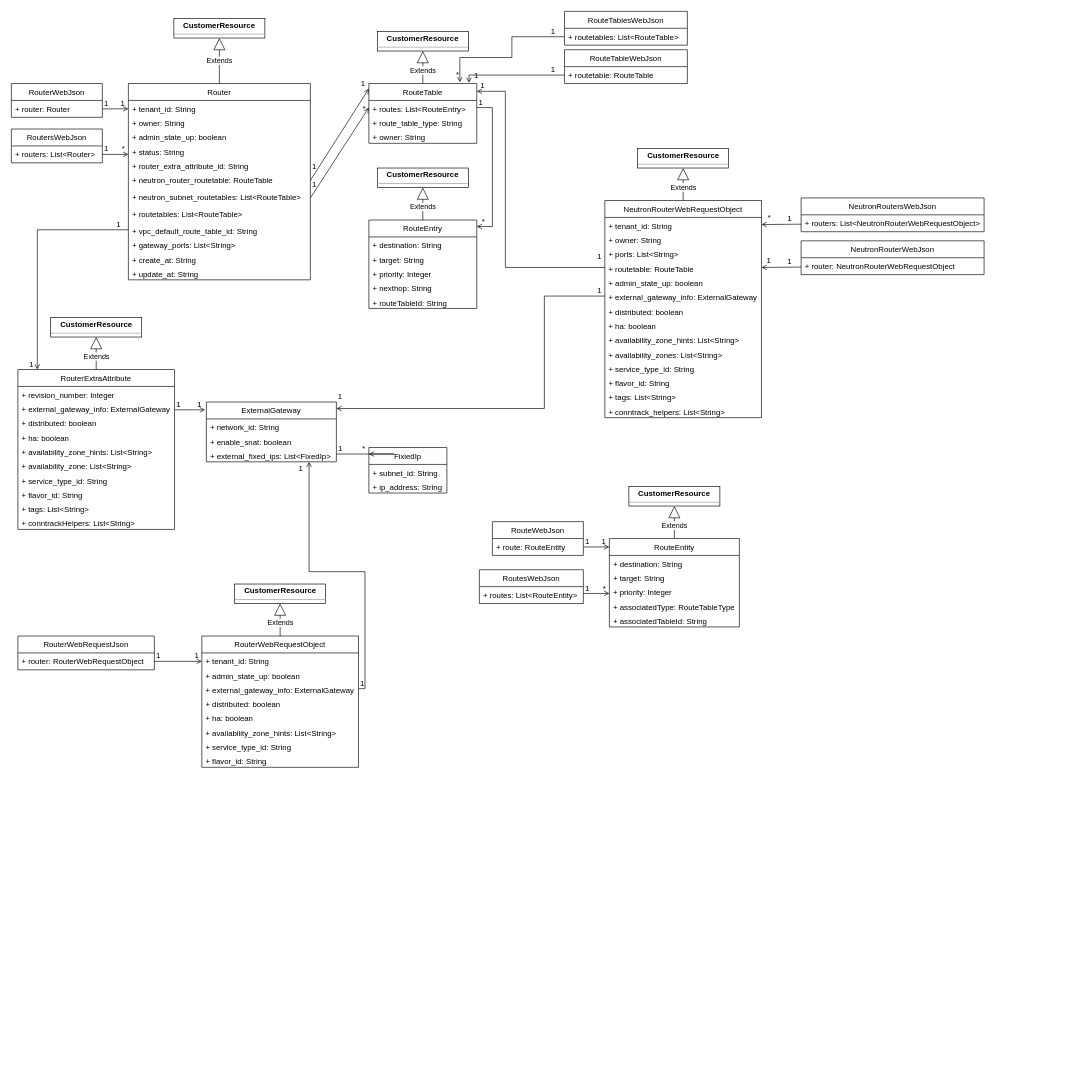
cj-chung/diagrams keeps this draw.io diagram as route.drawio. Above is the earlier version. Source tidied: cells renumbered, new cells numbered last; positions are measured from the earlier drawing's top-left corner, leaving out a move shared by most shapes. Both pictures are drawn from the tidied source at 65%, with x=0, y=0 at pixel (11, 11).
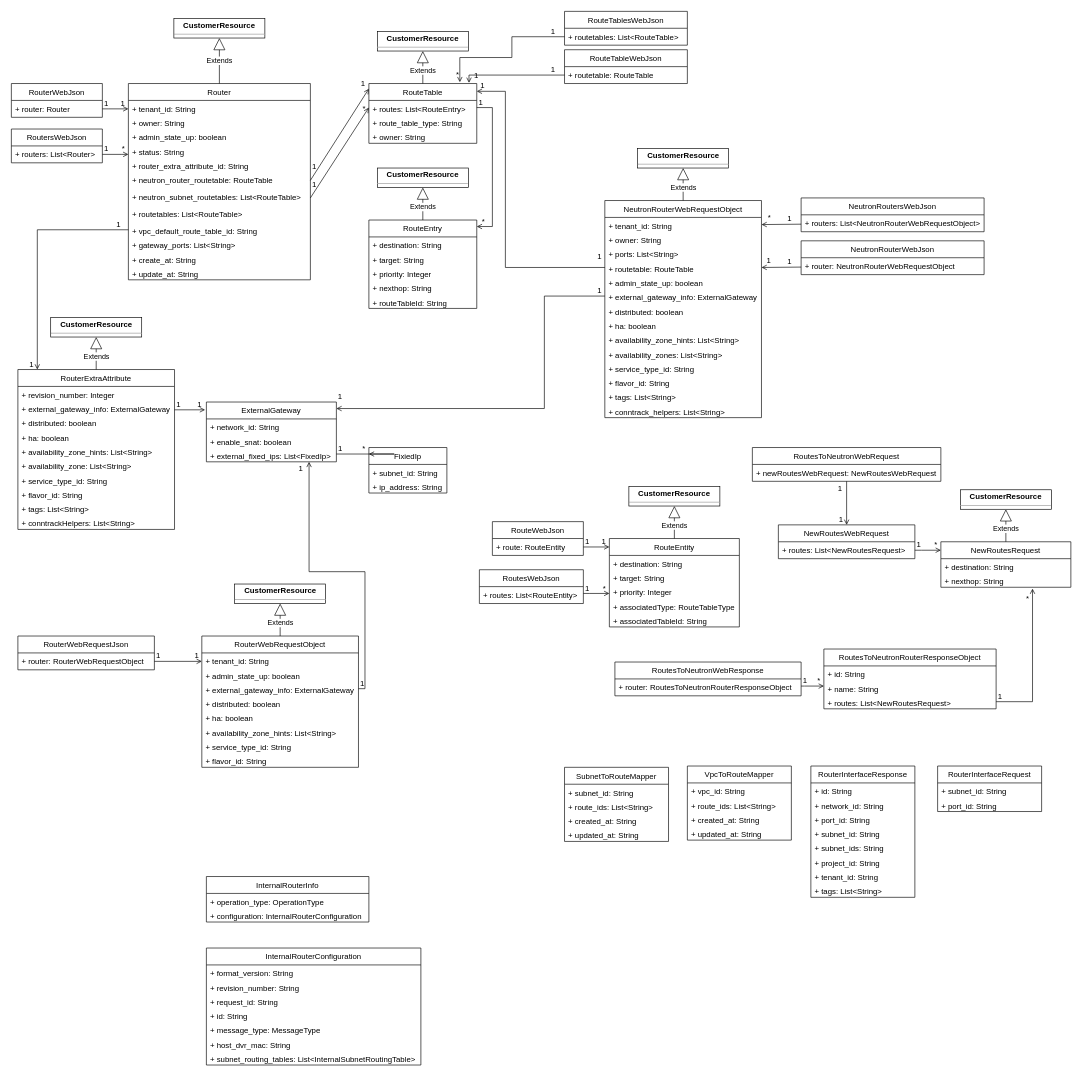
Above is the later version.

The edit, as a diff of the source:
```diff
@@
+    <mxCell id="159" value="NewRoutesRequest" style="swimlane;fontStyle=0;horizontal=1;startSize=26;fillColor=none;" parent="1" vertex="1">
+      <mxGeometry x="1430" y="816" width="200" height="70" as="geometry" />
+    </mxCell>
+    <mxCell id="160" value="+ destination: String&#10;" style="text;strokeColor=none;fillColor=none;align=left;verticalAlign=top;spacingLeft=4;spacingRight=4;overflow=hidden;" parent="159" vertex="1">
+      <mxGeometry y="26" width="200" height="22" as="geometry" />
+    </mxCell>
+    <mxCell id="161" value="+ nexthop: String&#10;" style="text;strokeColor=none;fillColor=none;align=left;verticalAlign=top;spacingLeft=4;spacingRight=4;overflow=hidden;points=[[0,0.5],[1,0.5]];portConstraint=eastwest;" parent="159" vertex="1">
+      <mxGeometry y="48" width="200" height="22" as="geometry" />
+    </mxCell>
+    <mxCell id="162" value="Extends" style="endArrow=block;endSize=16;endFill=0;html=1;exitX=0.5;exitY=0;exitDx=0;exitDy=0;entryX=0.5;entryY=1;entryDx=0;entryDy=0;" parent="1" edge="1" source="159" target="163">
+      <mxGeometry x="-0.2" relative="1" as="geometry" />
+    </mxCell>
+    <mxCell id="163" value="&lt;p style=&quot;margin: 0px ; margin-top: 4px ; text-align: center&quot;&gt;&lt;b&gt;CustomerResource&lt;/b&gt;&lt;/p&gt;&lt;hr size=&quot;1&quot;&gt;&lt;div style=&quot;height: 2px&quot;&gt;&lt;/div&gt;" style="verticalAlign=top;align=left;overflow=fill;fontSize=12;fontFamily=Helvetica;html=1;" parent="1" vertex="1">
+      <mxGeometry x="1460" y="736" width="140" height="30" as="geometry" />
+    </mxCell>
+    <mxCell id="164" value="NewRoutesWebRequest" style="swimlane;fontStyle=0;horizontal=1;startSize=26;fillColor=none;" parent="1" vertex="1">
+      <mxGeometry x="1180" y="790" width="210" height="52" as="geometry" />
+    </mxCell>
+    <mxCell id="165" value="+ routes: List&lt;NewRoutesRequest&gt;" style="text;strokeColor=none;fillColor=none;align=left;verticalAlign=top;spacingLeft=4;spacingRight=4;overflow=hidden;points=[[0,0.5],[1,0.5]];portConstraint=eastwest;" parent="164" vertex="1">
+      <mxGeometry y="26" width="210" height="26" as="geometry" />
+    </mxCell>
+    <mxCell id="166" style="endArrow=open;shadow=0;strokeWidth=1;rounded=0;endFill=1;edgeStyle=elbowEdgeStyle;elbow=vertical;" parent="1" edge="1" source="165">
+      <mxGeometry x="0.5" y="41" relative="1" as="geometry">
+        <mxPoint x="1430" y="829" as="targetPoint" />
+        <Array as="points">
+          <mxPoint x="1400" y="829" />
+          <mxPoint x="1390" y="850" />
+          <mxPoint x="1410" y="829" />
+          <mxPoint x="1400" y="809" />
+          <mxPoint x="1420" y="755" />
+        </Array>
+        <mxPoint x="-40" y="32" as="offset" />
+      </mxGeometry>
+    </mxCell>
+    <mxCell id="167" value="1" style="align=left;verticalAlign=bottom;labelBackgroundColor=none;fontSize=12;" parent="166" vertex="1">
+      <mxGeometry x="-1" relative="1" as="geometry">
+        <mxPoint x="1" as="offset" />
+      </mxGeometry>
+    </mxCell>
+    <mxCell id="168" value="*" style="align=right;verticalAlign=bottom;labelBackgroundColor=none;fontSize=12;" parent="166" vertex="1">
+      <mxGeometry x="1" relative="1" as="geometry">
+        <mxPoint x="-4" as="offset" />
+      </mxGeometry>
+    </mxCell>
+    <mxCell id="169" value="RoutesToNeutronRouterResponseObject" style="swimlane;fontStyle=0;horizontal=1;startSize=26;fillColor=none;" parent="1" vertex="1">
+      <mxGeometry x="1250" y="981" width="265" height="92" as="geometry" />
+    </mxCell>
+    <mxCell id="170" value="+ id: String&#10;" style="text;strokeColor=none;fillColor=none;align=left;verticalAlign=top;spacingLeft=4;spacingRight=4;overflow=hidden;" parent="169" vertex="1">
+      <mxGeometry y="26" width="265" height="22" as="geometry" />
+    </mxCell>
+    <mxCell id="171" value="+ name: String&#10;" style="text;strokeColor=none;fillColor=none;align=left;verticalAlign=top;spacingLeft=4;spacingRight=4;overflow=hidden;" parent="169" vertex="1">
+      <mxGeometry y="48" width="265" height="22" as="geometry" />
+    </mxCell>
+    <mxCell id="172" value="+ routes: List&lt;NewRoutesRequest&gt;" style="text;strokeColor=none;fillColor=none;align=left;verticalAlign=top;spacingLeft=4;spacingRight=4;overflow=hidden;points=[[0,0.5],[1,0.5]];portConstraint=eastwest;" parent="169" vertex="1">
+      <mxGeometry y="70" width="265" height="22" as="geometry" />
+    </mxCell>
+    <mxCell id="173" value="RoutesToNeutronWebResponse" style="swimlane;fontStyle=0;horizontal=1;startSize=26;fillColor=none;" parent="1" vertex="1">
+      <mxGeometry x="928.5" y="1001" width="286.5" height="52" as="geometry" />
+    </mxCell>
+    <mxCell id="174" value="+ router: RoutesToNeutronRouterResponseObject" style="text;strokeColor=none;fillColor=none;align=left;verticalAlign=top;spacingLeft=4;spacingRight=4;overflow=hidden;points=[[0,0.5],[1,0.5]];portConstraint=eastwest;" parent="173" vertex="1">
+      <mxGeometry y="26" width="286.5" height="26" as="geometry" />
+    </mxCell>
+    <mxCell id="175" style="endArrow=open;shadow=0;strokeWidth=1;rounded=0;endFill=1;edgeStyle=elbowEdgeStyle;elbow=vertical;" parent="1" edge="1" source="174">
+      <mxGeometry x="0.5" y="41" relative="1" as="geometry">
+        <mxPoint x="1250" y="1038" as="targetPoint" />
+        <Array as="points">
+          <mxPoint x="1220" y="1038" />
+          <mxPoint x="1210" y="1059" />
+          <mxPoint x="1230" y="1038" />
+          <mxPoint x="1220" y="1018" />
+          <mxPoint x="1240" y="964" />
+        </Array>
+        <mxPoint x="-40" y="32" as="offset" />
+      </mxGeometry>
+    </mxCell>
+    <mxCell id="176" value="1" style="align=left;verticalAlign=bottom;labelBackgroundColor=none;fontSize=12;" parent="175" vertex="1">
+      <mxGeometry x="-1" relative="1" as="geometry">
+        <mxPoint x="1" as="offset" />
+      </mxGeometry>
+    </mxCell>
+    <mxCell id="177" value="*" style="align=right;verticalAlign=bottom;labelBackgroundColor=none;fontSize=12;" parent="175" vertex="1">
+      <mxGeometry x="1" relative="1" as="geometry">
+        <mxPoint x="-4" as="offset" />
+      </mxGeometry>
+    </mxCell>
+    <mxCell id="178" style="endArrow=open;shadow=0;strokeWidth=1;rounded=0;endFill=1;edgeStyle=elbowEdgeStyle;elbow=vertical;exitX=1;exitY=0.5;exitDx=0;exitDy=0;entryX=0.705;entryY=1.091;entryDx=0;entryDy=0;entryPerimeter=0;" parent="1" edge="1" source="172" target="161">
+      <mxGeometry x="0.5" y="41" relative="1" as="geometry">
+        <Array as="points">
+          <mxPoint x="1520" y="1062" />
+          <mxPoint x="1535" y="1082.5" />
+          <mxPoint x="1555" y="1061.5" />
+          <mxPoint x="1545" y="1041.5" />
+          <mxPoint x="1565" y="987.5" />
+        </Array>
+        <mxPoint x="-40" y="32" as="offset" />
+      </mxGeometry>
+    </mxCell>
+    <mxCell id="179" value="1" style="align=left;verticalAlign=bottom;labelBackgroundColor=none;fontSize=12;" parent="178" vertex="1">
+      <mxGeometry x="-1" relative="1" as="geometry">
+        <mxPoint x="1" as="offset" />
+      </mxGeometry>
+    </mxCell>
+    <mxCell id="180" value="*" style="align=right;verticalAlign=bottom;labelBackgroundColor=none;fontSize=12;" parent="178" vertex="1">
+      <mxGeometry x="1" relative="1" as="geometry">
+        <mxPoint x="-4" y="23" as="offset" />
+      </mxGeometry>
+    </mxCell>
+    <mxCell id="181" value="RoutesToNeutronWebRequest" style="swimlane;fontStyle=0;horizontal=1;startSize=26;fillColor=none;" parent="1" vertex="1">
+      <mxGeometry x="1140" y="671" width="290" height="52" as="geometry" />
+    </mxCell>
+    <mxCell id="182" value="+ newRoutesWebRequest: NewRoutesWebRequest" style="text;strokeColor=none;fillColor=none;align=left;verticalAlign=top;spacingLeft=4;spacingRight=4;overflow=hidden;points=[[0,0.5],[1,0.5]];portConstraint=eastwest;" parent="181" vertex="1">
+      <mxGeometry y="26" width="290" height="26" as="geometry" />
+    </mxCell>
+    <mxCell id="183" style="endArrow=open;shadow=0;strokeWidth=1;rounded=0;endFill=1;elbow=vertical;entryX=0.5;entryY=0;entryDx=0;entryDy=0;" parent="1" edge="1" source="182" target="164">
+      <mxGeometry x="0.5" y="41" relative="1" as="geometry">
+        <mxPoint x="-40" y="32" as="offset" />
+      </mxGeometry>
+    </mxCell>
+    <mxCell id="184" value="1" style="align=left;verticalAlign=bottom;labelBackgroundColor=none;fontSize=12;" parent="183" vertex="1">
+      <mxGeometry x="-1" relative="1" as="geometry">
+        <mxPoint x="-15" y="19" as="offset" />
+      </mxGeometry>
+    </mxCell>
+    <mxCell id="185" value="1" style="align=right;verticalAlign=bottom;labelBackgroundColor=none;fontSize=12;" parent="183" vertex="1">
+      <mxGeometry x="1" relative="1" as="geometry">
+        <mxPoint x="-4" as="offset" />
+      </mxGeometry>
+    </mxCell>
+    <mxCell id="186" value="RouterInterfaceRequest" style="swimlane;fontStyle=0;horizontal=1;startSize=26;fillColor=none;" parent="1" vertex="1">
+      <mxGeometry x="1425" y="1161" width="160" height="70" as="geometry" />
+    </mxCell>
+    <mxCell id="187" value="+ subnet_id: String&#10;" style="text;strokeColor=none;fillColor=none;align=left;verticalAlign=top;spacingLeft=4;spacingRight=4;overflow=hidden;" parent="186" vertex="1">
+      <mxGeometry y="26" width="160" height="22" as="geometry" />
+    </mxCell>
+    <mxCell id="188" value="+ port_id: String&#10;" style="text;strokeColor=none;fillColor=none;align=left;verticalAlign=top;spacingLeft=4;spacingRight=4;overflow=hidden;" parent="186" vertex="1">
+      <mxGeometry y="48" width="160" height="22" as="geometry" />
+    </mxCell>
+    <mxCell id="189" value="RouterInterfaceResponse" style="swimlane;fontStyle=0;horizontal=1;startSize=26;fillColor=none;" parent="1" vertex="1">
+      <mxGeometry x="1230" y="1161" width="160" height="202" as="geometry" />
+    </mxCell>
+    <mxCell id="190" value="+ id: String&#10;" style="text;strokeColor=none;fillColor=none;align=left;verticalAlign=top;spacingLeft=4;spacingRight=4;overflow=hidden;" parent="189" vertex="1">
+      <mxGeometry y="26" width="160" height="22" as="geometry" />
+    </mxCell>
+    <mxCell id="191" value="+ network_id: String&#10;" style="text;strokeColor=none;fillColor=none;align=left;verticalAlign=top;spacingLeft=4;spacingRight=4;overflow=hidden;" parent="189" vertex="1">
+      <mxGeometry y="48" width="160" height="22" as="geometry" />
+    </mxCell>
+    <mxCell id="192" value="+ port_id: String&#10;" style="text;strokeColor=none;fillColor=none;align=left;verticalAlign=top;spacingLeft=4;spacingRight=4;overflow=hidden;" parent="189" vertex="1">
+      <mxGeometry y="70" width="160" height="22" as="geometry" />
+    </mxCell>
+    <mxCell id="193" value="+ subnet_id: String&#10;" style="text;strokeColor=none;fillColor=none;align=left;verticalAlign=top;spacingLeft=4;spacingRight=4;overflow=hidden;" parent="189" vertex="1">
+      <mxGeometry y="92" width="160" height="22" as="geometry" />
+    </mxCell>
+    <mxCell id="194" value="+ subnet_ids: String&#10;" style="text;strokeColor=none;fillColor=none;align=left;verticalAlign=top;spacingLeft=4;spacingRight=4;overflow=hidden;" parent="189" vertex="1">
+      <mxGeometry y="114" width="160" height="22" as="geometry" />
+    </mxCell>
+    <mxCell id="195" value="+ project_id: String&#10;" style="text;strokeColor=none;fillColor=none;align=left;verticalAlign=top;spacingLeft=4;spacingRight=4;overflow=hidden;" parent="189" vertex="1">
+      <mxGeometry y="136" width="160" height="22" as="geometry" />
+    </mxCell>
+    <mxCell id="196" value="+ tenant_id: String&#10;" style="text;strokeColor=none;fillColor=none;align=left;verticalAlign=top;spacingLeft=4;spacingRight=4;overflow=hidden;" parent="189" vertex="1">
+      <mxGeometry y="158" width="160" height="22" as="geometry" />
+    </mxCell>
+    <mxCell id="197" value="+ tags: List&lt;String&gt;&#10;" style="text;strokeColor=none;fillColor=none;align=left;verticalAlign=top;spacingLeft=4;spacingRight=4;overflow=hidden;" parent="189" vertex="1">
+      <mxGeometry y="180" width="160" height="22" as="geometry" />
+    </mxCell>
+    <mxCell id="198" value="SubnetToRouteMapper" style="swimlane;fontStyle=0;horizontal=1;startSize=26;fillColor=none;" parent="1" vertex="1">
+      <mxGeometry x="851" y="1163" width="160" height="114" as="geometry" />
+    </mxCell>
+    <mxCell id="199" value="+ subnet_id: String&#10;" style="text;strokeColor=none;fillColor=none;align=left;verticalAlign=top;spacingLeft=4;spacingRight=4;overflow=hidden;" parent="198" vertex="1">
+      <mxGeometry y="26" width="160" height="22" as="geometry" />
+    </mxCell>
+    <mxCell id="200" value="+ route_ids: List&lt;String&gt;&#10;" style="text;strokeColor=none;fillColor=none;align=left;verticalAlign=top;spacingLeft=4;spacingRight=4;overflow=hidden;" parent="198" vertex="1">
+      <mxGeometry y="48" width="160" height="22" as="geometry" />
+    </mxCell>
+    <mxCell id="201" value="+ created_at: String&#10;" style="text;strokeColor=none;fillColor=none;align=left;verticalAlign=top;spacingLeft=4;spacingRight=4;overflow=hidden;" parent="198" vertex="1">
+      <mxGeometry y="70" width="160" height="22" as="geometry" />
+    </mxCell>
+    <mxCell id="202" value="+ updated_at: String&#10;" style="text;strokeColor=none;fillColor=none;align=left;verticalAlign=top;spacingLeft=4;spacingRight=4;overflow=hidden;" parent="198" vertex="1">
+      <mxGeometry y="92" width="160" height="22" as="geometry" />
+    </mxCell>
+    <mxCell id="203" value="VpcToRouteMapper" style="swimlane;fontStyle=0;horizontal=1;startSize=26;fillColor=none;" parent="1" vertex="1">
+      <mxGeometry x="1040" y="1161" width="160" height="114" as="geometry" />
+    </mxCell>
+    <mxCell id="204" value="+ vpc_id: String&#10;" style="text;strokeColor=none;fillColor=none;align=left;verticalAlign=top;spacingLeft=4;spacingRight=4;overflow=hidden;" parent="203" vertex="1">
+      <mxGeometry y="26" width="160" height="22" as="geometry" />
+    </mxCell>
+    <mxCell id="205" value="+ route_ids: List&lt;String&gt;&#10;" style="text;strokeColor=none;fillColor=none;align=left;verticalAlign=top;spacingLeft=4;spacingRight=4;overflow=hidden;" parent="203" vertex="1">
+      <mxGeometry y="48" width="160" height="22" as="geometry" />
+    </mxCell>
+    <mxCell id="206" value="+ created_at: String&#10;" style="text;strokeColor=none;fillColor=none;align=left;verticalAlign=top;spacingLeft=4;spacingRight=4;overflow=hidden;" parent="203" vertex="1">
+      <mxGeometry y="70" width="160" height="22" as="geometry" />
+    </mxCell>
+    <mxCell id="207" value="+ updated_at: String&#10;" style="text;strokeColor=none;fillColor=none;align=left;verticalAlign=top;spacingLeft=4;spacingRight=4;overflow=hidden;" parent="203" vertex="1">
+      <mxGeometry y="92" width="160" height="22" as="geometry" />
+    </mxCell>
+    <mxCell id="208" value="InternalRouterInfo" style="swimlane;fontStyle=0;horizontal=1;startSize=26;fillColor=none;" parent="1" vertex="1">
+      <mxGeometry x="300" y="1331" width="250" height="70" as="geometry" />
+    </mxCell>
+    <mxCell id="209" value="+ operation_type: OperationType&#10;" style="text;strokeColor=none;fillColor=none;align=left;verticalAlign=top;spacingLeft=4;spacingRight=4;overflow=hidden;" parent="208" vertex="1">
+      <mxGeometry y="26" width="250" height="22" as="geometry" />
+    </mxCell>
+    <mxCell id="210" value="+ configuration: InternalRouterConfiguration" style="text;strokeColor=none;fillColor=none;align=left;verticalAlign=top;spacingLeft=4;spacingRight=4;overflow=hidden;" parent="208" vertex="1">
+      <mxGeometry y="48" width="250" height="22" as="geometry" />
+    </mxCell>
+    <mxCell id="211" value="InternalRouterConfiguration" style="swimlane;fontStyle=0;horizontal=1;startSize=26;fillColor=none;" parent="1" vertex="1">
+      <mxGeometry x="300" y="1441" width="330" height="180" as="geometry" />
+    </mxCell>
+    <mxCell id="212" value="+ format_version: String" style="text;strokeColor=none;fillColor=none;align=left;verticalAlign=top;spacingLeft=4;spacingRight=4;overflow=hidden;" parent="211" vertex="1">
+      <mxGeometry y="26" width="330" height="22" as="geometry" />
+    </mxCell>
+    <mxCell id="213" value="+ revision_number: String" style="text;strokeColor=none;fillColor=none;align=left;verticalAlign=top;spacingLeft=4;spacingRight=4;overflow=hidden;" parent="211" vertex="1">
+      <mxGeometry y="48" width="330" height="22" as="geometry" />
+    </mxCell>
+    <mxCell id="214" value="+ request_id: String" style="text;strokeColor=none;fillColor=none;align=left;verticalAlign=top;spacingLeft=4;spacingRight=4;overflow=hidden;" parent="211" vertex="1">
+      <mxGeometry y="70" width="330" height="22" as="geometry" />
+    </mxCell>
+    <mxCell id="215" value="+ id: String" style="text;strokeColor=none;fillColor=none;align=left;verticalAlign=top;spacingLeft=4;spacingRight=4;overflow=hidden;" parent="211" vertex="1">
+      <mxGeometry y="92" width="330" height="22" as="geometry" />
+    </mxCell>
+    <mxCell id="216" value="+ message_type: MessageType" style="text;strokeColor=none;fillColor=none;align=left;verticalAlign=top;spacingLeft=4;spacingRight=4;overflow=hidden;" parent="211" vertex="1">
+      <mxGeometry y="114" width="330" height="22" as="geometry" />
+    </mxCell>
+    <mxCell id="217" value="+ host_dvr_mac: String" style="text;strokeColor=none;fillColor=none;align=left;verticalAlign=top;spacingLeft=4;spacingRight=4;overflow=hidden;" parent="211" vertex="1">
+      <mxGeometry y="136" width="330" height="22" as="geometry" />
+    </mxCell>
+    <mxCell id="218" value="+ subnet_routing_tables: List&lt;InternalSubnetRoutingTable&gt;" style="text;strokeColor=none;fillColor=none;align=left;verticalAlign=top;spacingLeft=4;spacingRight=4;overflow=hidden;" parent="211" vertex="1">
+      <mxGeometry y="158" width="330" height="22" as="geometry" />
+    </mxCell>
```
